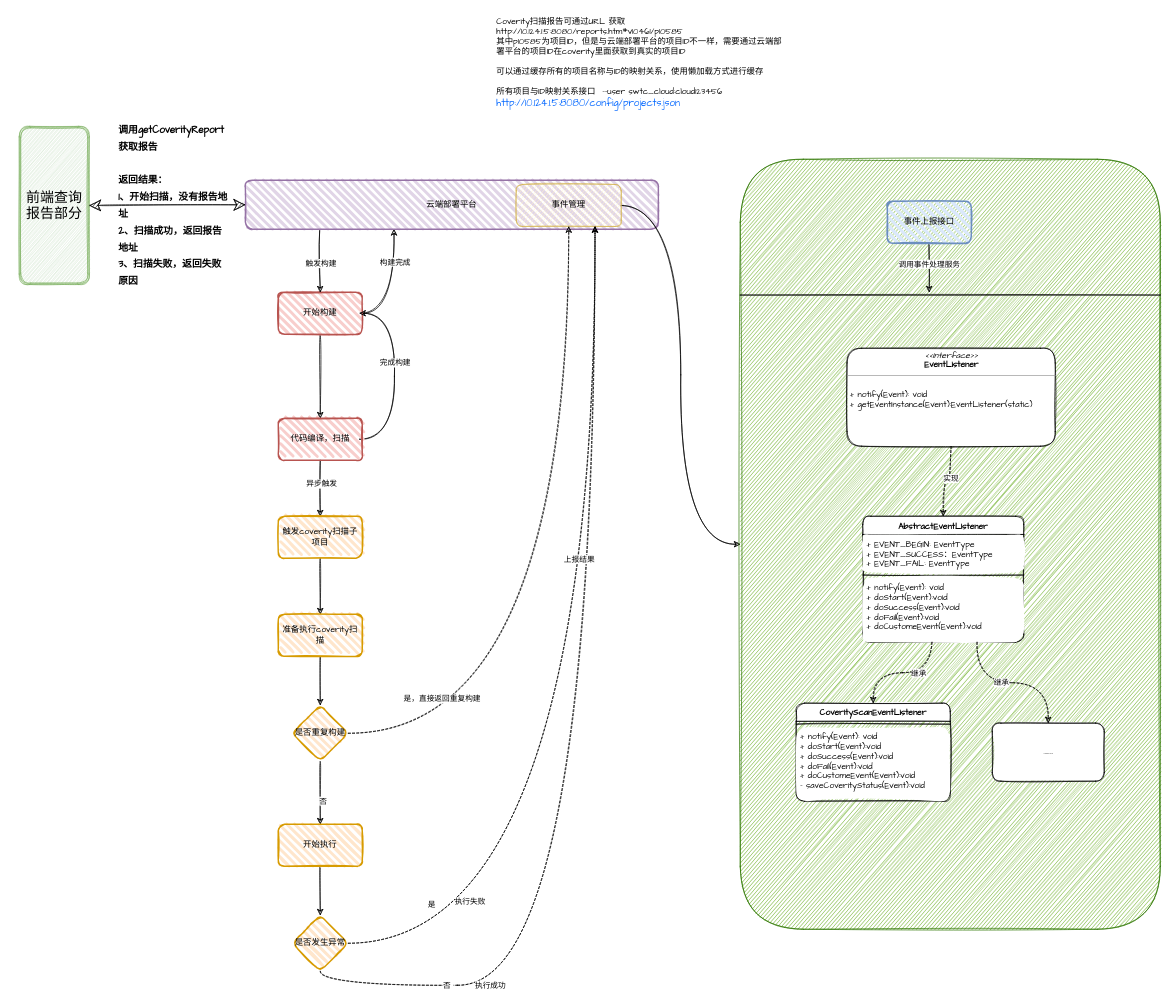
Above: 展示corvity报告.drawio in jenkinZhou/online-face (draw.io), before the change. Source tidied: cells renumbered, new cells numbered last; positions are measured from the earlier drawing's top-left corner, leaving out a move shared by most shapes. Both pictures are drawn from the tidied source at 70%, with x=0, y=0 at pixel (19, 12).
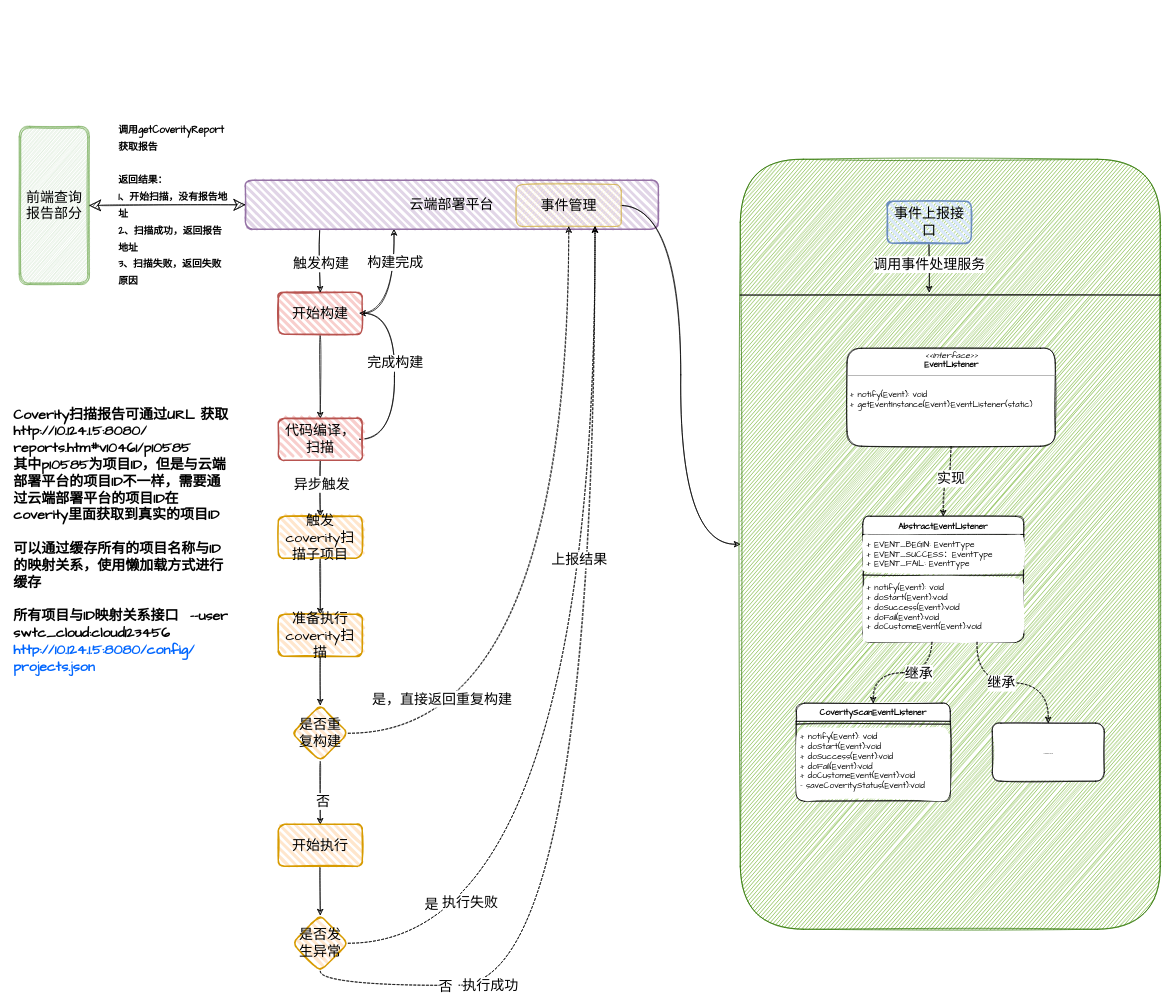
After the change.

Commit message (it also covers changes not shown here):
更新展示corvity报告.drawio

Unchanged cells that the change refers to:
```xml
<mxCell id="28" style="edgeStyle=orthogonalEdgeStyle;rounded=1;jettySize=auto;html=1;exitX=1;exitY=0.5;exitDx=0;exitDy=0;entryX=0.75;entryY=1;entryDx=0;entryDy=0;dashed=1;fontFamily=Comic Sans MS;sketch=1;curved=1;" parent="1" edge="1" source="35" target="18">
  <mxGeometry relative="1" as="geometry" />
</mxCell>
<mxCell id="31" style="edgeStyle=orthogonalEdgeStyle;rounded=1;jettySize=auto;html=1;exitX=0.5;exitY=1;exitDx=0;exitDy=0;entryX=0.75;entryY=1;entryDx=0;entryDy=0;dashed=1;fontFamily=Comic Sans MS;sketch=1;curved=1;" parent="1" edge="1" source="35" target="18">
  <mxGeometry relative="1" as="geometry" />
</mxCell>
<mxCell id="37" style="edgeStyle=orthogonalEdgeStyle;rounded=1;jettySize=auto;html=1;exitX=0.5;exitY=1;exitDx=0;exitDy=0;entryX=0.45;entryY=0;entryDx=0;entryDy=0;entryPerimeter=0;fontFamily=Comic Sans MS;sketch=1;curved=1;" parent="1" edge="1" source="39" target="55">
  <mxGeometry relative="1" as="geometry" />
</mxCell>
<mxCell id="44" style="edgeStyle=orthogonalEdgeStyle;rounded=1;jettySize=auto;html=1;exitX=0.5;exitY=1;exitDx=0;exitDy=0;entryX=0.5;entryY=0;entryDx=0;entryDy=0;dashed=1;fontFamily=Comic Sans MS;sketch=1;curved=1;" parent="1" edge="1" source="46" target="40">
  <mxGeometry relative="1" as="geometry" />
</mxCell>
<mxCell id="50" style="edgeStyle=orthogonalEdgeStyle;rounded=1;jettySize=auto;html=1;exitX=0.43;exitY=1;exitDx=0;exitDy=0;exitPerimeter=0;entryX=0.5;entryY=0;entryDx=0;entryDy=0;dashed=1;fontFamily=Comic Sans MS;sketch=1;curved=1;" parent="1" edge="1" source="43" target="47">
  <mxGeometry relative="1" as="geometry" />
</mxCell>
<mxCell id="53" style="edgeStyle=orthogonalEdgeStyle;rounded=1;jettySize=auto;html=1;exitX=0.71;exitY=1;exitDx=0;exitDy=0;exitPerimeter=0;entryX=0.5;entryY=0;entryDx=0;entryDy=0;dashed=1;fontFamily=Comic Sans MS;sketch=1;curved=1;" parent="1" edge="1" source="43" target="52">
  <mxGeometry relative="1" as="geometry" />
</mxCell>
```

What changed in the source:
```diff
@@
-    <mxCell id="2" value="Coverity扫描报告可通过URL 获取&lt;br&gt;http://10.124.1.5:8080/reports.htm#v10461/p10585&lt;br&gt;其中p10585为项目ID，但是与云端部署平台的项目ID不一样，需要通过云端部署平台的项目ID在coverity里面获取到真实的项目ID&lt;br&gt;&lt;br&gt;可以通过缓存所有的项目名称与ID的映射关系，使用懒加载方式进行缓存&lt;br&gt;&lt;br&gt;所有项目与ID映射关系接口&amp;nbsp;&amp;nbsp;--user swtc_cloud:cloud123456&lt;br&gt;&lt;a style=&quot;margin: 0px; padding: 0px; box-sizing: border-box; background-color: rgb(255, 255, 255); font-size: 14px; color: rgb(0, 102, 255);&quot; target=&quot;_blank&quot;&gt;http://10.124.1.5:8080/config/projects.json&lt;br&gt;&lt;br&gt;&lt;/a&gt;" style="text;html=1;strokeColor=none;fillColor=none;align=left;verticalAlign=top;whiteSpace=wrap;rounded=1;fontFamily=Comic Sans MS;sketch=1;" parent="1" vertex="1">
-      <mxGeometry x="680" width="410" height="160" as="geometry" />
+    <mxCell id="2" value="Coverity扫描报告可通过URL 获取&lt;br style=&quot;font-size: 20px;&quot;&gt;http://10.124.1.5:8080/&lt;br style=&quot;font-size: 20px;&quot;&gt;reports.htm#v10461/p10585&lt;br style=&quot;font-size: 20px;&quot;&gt;其中p10585为项目ID，但是与云端部署平台的项目ID不一样，需要通过云端部署平台的项目ID在coverity里面获取到真实的项目ID&lt;br style=&quot;font-size: 20px;&quot;&gt;&lt;br style=&quot;font-size: 20px;&quot;&gt;可以通过缓存所有的项目名称与ID的映射关系，使用懒加载方式进行缓存&lt;br style=&quot;font-size: 20px;&quot;&gt;&lt;br style=&quot;font-size: 20px;&quot;&gt;所有项目与ID映射关系接口&amp;nbsp;&amp;nbsp;--user swtc_cloud:cloud123456&lt;br style=&quot;font-size: 20px;&quot;&gt;&lt;a style=&quot;margin: 0px; padding: 0px; box-sizing: border-box; background-color: rgb(255, 255, 255); font-size: 20px; color: rgb(0, 102, 255);&quot; target=&quot;_blank&quot;&gt;http://10.124.1.5:8080/config/&lt;br style=&quot;font-size: 20px;&quot;&gt;projects.json&lt;br style=&quot;font-size: 20px;&quot;&gt;&lt;br style=&quot;font-size: 20px;&quot;&gt;&lt;/a&gt;" style="text;html=1;strokeColor=none;fillColor=none;align=left;verticalAlign=middle;rounded=1;fontFamily=Comic Sans MS;sketch=1;fontSize=20;whiteSpace=wrap;fontStyle=1;" parent="1" vertex="1">
+      <mxGeometry x="-10" y="515.5" width="310" height="500" as="geometry" />
     </mxCell>
-    <mxCell id="3" style="edgeStyle=orthogonalEdgeStyle;rounded=1;jettySize=auto;html=1;fontFamily=Comic Sans MS;sketch=1;curved=1;" parent="1" edge="1" source="6" target="11">
+    <mxCell id="3" style="edgeStyle=orthogonalEdgeStyle;rounded=1;jettySize=auto;html=1;fontFamily=Comic Sans MS;sketch=1;curved=1;fontSize=20;" parent="1" edge="1" source="6" target="11">
       <mxGeometry relative="1" as="geometry" />
     </mxCell>
-    <mxCell id="4" style="edgeStyle=orthogonalEdgeStyle;rounded=1;jettySize=auto;html=1;exitX=1;exitY=0.5;exitDx=0;exitDy=0;entryX=0.36;entryY=1;entryDx=0;entryDy=0;entryPerimeter=0;fontFamily=Comic Sans MS;sketch=1;curved=1;" parent="1" edge="1" source="6" target="16">
+    <mxCell id="4" style="edgeStyle=orthogonalEdgeStyle;rounded=1;jettySize=auto;html=1;exitX=1;exitY=0.5;exitDx=0;exitDy=0;entryX=0.36;entryY=1;entryDx=0;entryDy=0;entryPerimeter=0;fontFamily=Comic Sans MS;sketch=1;curved=1;fontSize=20;" parent="1" edge="1" source="6" target="16">
       <mxGeometry relative="1" as="geometry" />
     </mxCell>
-    <mxCell id="5" value="构建完成" style="edgeLabel;html=1;align=center;verticalAlign=middle;fontFamily=Comic Sans MS;rounded=1;sketch=1;" parent="4" vertex="1">
+    <mxCell id="5" value="构建完成" style="edgeLabel;html=1;align=center;verticalAlign=middle;fontFamily=Comic Sans MS;rounded=1;sketch=1;fontSize=20;" parent="4" vertex="1">
       <mxGeometry x="0.44" y="-1" relative="1" as="geometry" />
     </mxCell>
-    <mxCell id="6" value="开始构建" style="rounded=1;whiteSpace=wrap;html=1;strokeWidth=2;fillWeight=4;hachureGap=8;hachureAngle=45;fillColor=#f8cecc;sketch=1;strokeColor=#b85450;fontFamily=Comic Sans MS;" parent="1" vertex="1">
+    <mxCell id="6" value="开始构建" style="rounded=1;whiteSpace=wrap;html=1;strokeWidth=2;fillWeight=4;hachureGap=8;hachureAngle=45;fillColor=#f8cecc;sketch=1;strokeColor=#b85450;fontFamily=Comic Sans MS;fontSize=20;" parent="1" vertex="1">
       <mxGeometry x="370" y="400" width="120" height="60" as="geometry" />
     </mxCell>
-    <mxCell id="7" style="edgeStyle=orthogonalEdgeStyle;rounded=1;jettySize=auto;html=1;fontFamily=Comic Sans MS;sketch=1;curved=1;" parent="1" edge="1" source="11" target="13">
+    <mxCell id="7" style="edgeStyle=orthogonalEdgeStyle;rounded=1;jettySize=auto;html=1;fontFamily=Comic Sans MS;sketch=1;curved=1;fontSize=20;" parent="1" edge="1" source="11" target="13">
       <mxGeometry relative="1" as="geometry">
         <Array as="points">
           <mxPoint x="430" y="670" />
           <mxPoint x="430" y="670" />
         </Array>
       </mxGeometry>
     </mxCell>
-    <mxCell id="8" value="异步触发" style="edgeLabel;html=1;align=center;verticalAlign=middle;fontFamily=Comic Sans MS;rounded=1;sketch=1;" parent="7" vertex="1">
+    <mxCell id="8" value="异步触发" style="edgeLabel;html=1;align=center;verticalAlign=middle;fontFamily=Comic Sans MS;rounded=1;sketch=1;fontSize=20;" parent="7" vertex="1">
       <mxGeometry x="-0.18" y="1" relative="1" as="geometry" />
     </mxCell>
-    <mxCell id="9" style="edgeStyle=orthogonalEdgeStyle;rounded=1;orthogonalLoop=1;jettySize=auto;html=1;exitX=1;exitY=0.5;exitDx=0;exitDy=0;entryX=1;entryY=0.5;entryDx=0;entryDy=0;fontFamily=Comic Sans MS;sketch=1;curved=1;" parent="1" edge="1">
+    <mxCell id="9" style="edgeStyle=orthogonalEdgeStyle;rounded=1;orthogonalLoop=1;jettySize=auto;html=1;exitX=1;exitY=0.5;exitDx=0;exitDy=0;entryX=1;entryY=0.5;entryDx=0;entryDy=0;fontFamily=Comic Sans MS;sketch=1;curved=1;fontSize=20;" parent="1" edge="1">
       <mxGeometry relative="1" as="geometry">
         <mxPoint x="486" y="610" as="sourcePoint" />
         <mxPoint x="486" y="430" as="targetPoint" />
         <Array as="points">
           <mxPoint x="536" y="610" />
           <mxPoint x="536" y="430" />
         </Array>
       </mxGeometry>
     </mxCell>
-    <mxCell id="10" value="完成构建" style="edgeLabel;html=1;align=center;verticalAlign=middle;fontFamily=Comic Sans MS;rounded=1;sketch=1;" parent="9" vertex="1">
+    <mxCell id="10" value="完成构建" style="edgeLabel;html=1;align=center;verticalAlign=middle;fontFamily=Comic Sans MS;rounded=1;sketch=1;fontSize=20;" parent="9" vertex="1">
       <mxGeometry x="0.14" relative="1" as="geometry" />
     </mxCell>
-    <mxCell id="11" value="代码编译，扫描" style="rounded=1;whiteSpace=wrap;html=1;strokeWidth=2;fillWeight=4;hachureGap=8;hachureAngle=45;fillColor=#f8cecc;sketch=1;strokeColor=#b85450;fontFamily=Comic Sans MS;" parent="1" vertex="1">
+    <mxCell id="11" value="代码编译，扫描" style="rounded=1;whiteSpace=wrap;html=1;strokeWidth=2;fillWeight=4;hachureGap=8;hachureAngle=45;fillColor=#f8cecc;sketch=1;strokeColor=#b85450;fontFamily=Comic Sans MS;fontSize=20;" parent="1" vertex="1">
       <mxGeometry x="370" y="580" width="120" height="60" as="geometry" />
     </mxCell>
-    <mxCell id="12" style="edgeStyle=orthogonalEdgeStyle;rounded=1;jettySize=auto;html=1;fontFamily=Comic Sans MS;sketch=1;curved=1;" parent="1" edge="1" source="13" target="20">
+    <mxCell id="12" style="edgeStyle=orthogonalEdgeStyle;rounded=1;jettySize=auto;html=1;fontFamily=Comic Sans MS;sketch=1;curved=1;fontSize=20;" parent="1" edge="1" source="13" target="20">
       <mxGeometry relative="1" as="geometry" />
     </mxCell>
-    <mxCell id="13" value="触发coverity扫描子项目" style="whiteSpace=wrap;html=1;fillColor=#ffe6cc;strokeColor=#d79b00;rounded=1;strokeWidth=2;fillWeight=4;hachureGap=8;hachureAngle=45;sketch=1;fontFamily=Comic Sans MS;" parent="1" vertex="1">
+    <mxCell id="13" value="触发coverity扫描子项目" style="whiteSpace=wrap;html=1;fillColor=#ffe6cc;strokeColor=#d79b00;rounded=1;strokeWidth=2;fillWeight=4;hachureGap=8;hachureAngle=45;sketch=1;fontFamily=Comic Sans MS;fontSize=20;" parent="1" vertex="1">
       <mxGeometry x="370" y="720" width="120" height="60" as="geometry" />
     </mxCell>
-    <mxCell id="14" style="edgeStyle=orthogonalEdgeStyle;rounded=1;jettySize=auto;html=1;exitX=0.18;exitY=1;exitDx=0;exitDy=0;exitPerimeter=0;entryX=0.5;entryY=0;entryDx=0;entryDy=0;fontFamily=Comic Sans MS;sketch=1;curved=1;" parent="1" edge="1" source="16" target="6">
+    <mxCell id="14" style="edgeStyle=orthogonalEdgeStyle;rounded=1;jettySize=auto;html=1;exitX=0.18;exitY=1;exitDx=0;exitDy=0;exitPerimeter=0;entryX=0.5;entryY=0;entryDx=0;entryDy=0;fontFamily=Comic Sans MS;sketch=1;curved=1;fontSize=20;" parent="1" edge="1" source="16" target="6">
       <mxGeometry relative="1" as="geometry" />
     </mxCell>
-    <mxCell id="15" value="触发构建" style="edgeLabel;html=1;align=center;verticalAlign=middle;fontFamily=Comic Sans MS;rounded=1;sketch=1;" parent="14" vertex="1">
+    <mxCell id="15" value="触发构建" style="edgeLabel;html=1;align=center;verticalAlign=middle;fontFamily=Comic Sans MS;rounded=1;sketch=1;fontSize=20;" parent="14" vertex="1">
       <mxGeometry x="0.09" relative="1" as="geometry" />
     </mxCell>
-    <mxCell id="16" value="云端部署平台" style="rounded=1;whiteSpace=wrap;html=1;strokeWidth=2;fillWeight=4;hachureGap=8;hachureAngle=45;fillColor=#e1d5e7;sketch=1;strokeColor=#9673a6;points=[[0,0,0,0,0],[0,0.26,0,0,0],[0,0.5,0,0,0],[0,0.74,0,0,0],[0,1,0,0,0],[0.09,1,0,0,0],[0.18,1,0,0,0],[0.25,0,0,0,0],[0.25,1,0,0,0],[0.27,1,0,0,0],[0.36,1,0,0,0],[0.45,1,0,0,0],[0.5,0,0,0,0],[0.5,1,0,0,0],[0.55,1,0,0,0],[0.64,1,0,0,0],[0.73,1,0,0,0],[0.75,0,0,0,0],[0.75,1,0,0,0],[0.82,1,0,0,0],[0.91,1,0,0,0],[1,0,0,0,0],[1,0.26,0,0,0],[1,0.5,0,0,0],[1,0.76,0,0,0],[1,1,0,0,0]];fontFamily=Comic Sans MS;" parent="1" vertex="1">
+    <mxCell id="16" value="云端部署平台" style="rounded=1;whiteSpace=wrap;html=1;strokeWidth=2;fillWeight=4;hachureGap=8;hachureAngle=45;fillColor=#e1d5e7;sketch=1;strokeColor=#9673a6;points=[[0,0,0,0,0],[0,0.26,0,0,0],[0,0.5,0,0,0],[0,0.74,0,0,0],[0,1,0,0,0],[0.09,1,0,0,0],[0.18,1,0,0,0],[0.25,0,0,0,0],[0.25,1,0,0,0],[0.27,1,0,0,0],[0.36,1,0,0,0],[0.45,1,0,0,0],[0.5,0,0,0,0],[0.5,1,0,0,0],[0.55,1,0,0,0],[0.64,1,0,0,0],[0.73,1,0,0,0],[0.75,0,0,0,0],[0.75,1,0,0,0],[0.82,1,0,0,0],[0.91,1,0,0,0],[1,0,0,0,0],[1,0.26,0,0,0],[1,0.5,0,0,0],[1,0.76,0,0,0],[1,1,0,0,0]];fontFamily=Comic Sans MS;fontSize=20;" parent="1" vertex="1">
       <mxGeometry x="323" y="240" width="590" height="70" as="geometry" />
     </mxCell>
@@
-    <mxCell id="18" value="事件管理" style="rounded=1;whiteSpace=wrap;html=1;fillColor=#fff2cc;strokeColor=#d6b656;fontFamily=Comic Sans MS;sketch=1;" parent="1" vertex="1">
+    <mxCell id="18" value="事件管理" style="rounded=1;whiteSpace=wrap;html=1;fillColor=#fff2cc;strokeColor=#d6b656;fontFamily=Comic Sans MS;sketch=1;fontSize=20;" parent="1" vertex="1">
       <mxGeometry x="710" y="246" width="150" height="60" as="geometry" />
     </mxCell>
-    <mxCell id="19" style="edgeStyle=orthogonalEdgeStyle;rounded=1;jettySize=auto;html=1;fontFamily=Comic Sans MS;sketch=1;curved=1;" parent="1" edge="1" source="20" target="25">
+    <mxCell id="19" style="edgeStyle=orthogonalEdgeStyle;rounded=1;jettySize=auto;html=1;fontFamily=Comic Sans MS;sketch=1;curved=1;fontSize=20;" parent="1" edge="1" source="20" target="25">
       <mxGeometry relative="1" as="geometry" />
     </mxCell>
-    <mxCell id="20" value="准备执行coverity扫描" style="whiteSpace=wrap;html=1;fillColor=#ffe6cc;strokeColor=#d79b00;rounded=1;strokeWidth=2;fillWeight=4;hachureGap=8;hachureAngle=45;sketch=1;fontFamily=Comic Sans MS;" parent="1" vertex="1">
+    <mxCell id="20" value="准备执行coverity扫描" style="whiteSpace=wrap;html=1;fillColor=#ffe6cc;strokeColor=#d79b00;rounded=1;strokeWidth=2;fillWeight=4;hachureGap=8;hachureAngle=45;sketch=1;fontFamily=Comic Sans MS;fontSize=20;" parent="1" vertex="1">
       <mxGeometry x="370" y="860" width="120" height="60" as="geometry" />
     </mxCell>
-    <mxCell id="21" style="edgeStyle=orthogonalEdgeStyle;rounded=1;jettySize=auto;html=1;fontFamily=Comic Sans MS;sketch=1;curved=1;" parent="1" edge="1" source="25" target="27">
+    <mxCell id="21" style="edgeStyle=orthogonalEdgeStyle;rounded=1;jettySize=auto;html=1;fontFamily=Comic Sans MS;sketch=1;curved=1;fontSize=20;" parent="1" edge="1" source="25" target="27">
       <mxGeometry relative="1" as="geometry" />
     </mxCell>
-    <mxCell id="22" value="否" style="edgeLabel;html=1;align=center;verticalAlign=middle;fontFamily=Comic Sans MS;rounded=1;sketch=1;" parent="21" vertex="1">
+    <mxCell id="22" value="否" style="edgeLabel;html=1;align=center;verticalAlign=middle;fontFamily=Comic Sans MS;rounded=1;sketch=1;fontSize=20;" parent="21" vertex="1">
       <mxGeometry x="0.25" y="3" relative="1" as="geometry" />
     </mxCell>
-    <mxCell id="23" style="edgeStyle=orthogonalEdgeStyle;rounded=1;jettySize=auto;html=1;exitX=1;exitY=0.5;exitDx=0;exitDy=0;dashed=1;fontFamily=Comic Sans MS;sketch=1;curved=1;" parent="1" edge="1" source="25" target="18">
+    <mxCell id="23" style="edgeStyle=orthogonalEdgeStyle;rounded=1;jettySize=auto;html=1;exitX=1;exitY=0.5;exitDx=0;exitDy=0;dashed=1;fontFamily=Comic Sans MS;sketch=1;curved=1;fontSize=20;" parent="1" edge="1" source="25" target="18">
       <mxGeometry relative="1" as="geometry" />
     </mxCell>
-    <mxCell id="24" value="是，直接返回重复构建" style="edgeLabel;html=1;align=center;verticalAlign=middle;fontFamily=Comic Sans MS;rounded=1;sketch=1;" parent="23" vertex="1">
+    <mxCell id="24" value="是，直接返回重复构建" style="edgeLabel;html=1;align=center;verticalAlign=middle;fontFamily=Comic Sans MS;rounded=1;sketch=1;fontSize=20;" parent="23" vertex="1">
       <mxGeometry x="-0.74" y="4" relative="1" as="geometry">
         <mxPoint x="-2" y="-46" as="offset" />
       </mxGeometry>
     </mxCell>
-    <mxCell id="25" value="是否重复构建" style="rhombus;whiteSpace=wrap;html=1;fillColor=#ffe6cc;strokeColor=#d79b00;rounded=1;strokeWidth=2;fillWeight=4;hachureGap=8;hachureAngle=45;sketch=1;fontFamily=Comic Sans MS;" parent="1" vertex="1">
+    <mxCell id="25" value="是否重复构建" style="rhombus;whiteSpace=wrap;html=1;fillColor=#ffe6cc;strokeColor=#d79b00;rounded=1;strokeWidth=2;fillWeight=4;hachureGap=8;hachureAngle=45;sketch=1;fontFamily=Comic Sans MS;fontSize=20;" parent="1" vertex="1">
       <mxGeometry x="390" y="990" width="80" height="80" as="geometry" />
     </mxCell>
-    <mxCell id="26" style="edgeStyle=orthogonalEdgeStyle;rounded=1;jettySize=auto;html=1;fontFamily=Comic Sans MS;sketch=1;curved=1;" parent="1" edge="1" source="27" target="35">
+    <mxCell id="26" style="edgeStyle=orthogonalEdgeStyle;rounded=1;jettySize=auto;html=1;fontFamily=Comic Sans MS;sketch=1;curved=1;fontSize=20;" parent="1" edge="1" source="27" target="35">
       <mxGeometry relative="1" as="geometry" />
     </mxCell>
-    <mxCell id="27" value="开始执行" style="whiteSpace=wrap;html=1;fillColor=#ffe6cc;strokeColor=#d79b00;rounded=1;strokeWidth=2;fillWeight=4;hachureGap=8;hachureAngle=45;sketch=1;fontFamily=Comic Sans MS;" parent="1" vertex="1">
+    <mxCell id="27" value="开始执行" style="whiteSpace=wrap;html=1;fillColor=#ffe6cc;strokeColor=#d79b00;rounded=1;strokeWidth=2;fillWeight=4;hachureGap=8;hachureAngle=45;sketch=1;fontFamily=Comic Sans MS;fontSize=20;" parent="1" vertex="1">
       <mxGeometry x="370" y="1160" width="120" height="60" as="geometry" />
     </mxCell>
@@
-    <mxCell id="29" value="是" style="edgeLabel;html=1;align=center;verticalAlign=middle;fontFamily=Comic Sans MS;rounded=1;sketch=1;" parent="28" vertex="1">
+    <mxCell id="29" value="是" style="edgeLabel;html=1;align=center;verticalAlign=middle;fontFamily=Comic Sans MS;rounded=1;sketch=1;fontSize=20;" parent="28" vertex="1">
       <mxGeometry x="-0.8" y="1" relative="1" as="geometry">
         <mxPoint x="-20" y="-56" as="offset" />
       </mxGeometry>
     </mxCell>
-    <mxCell id="30" value="执行失败" style="edgeLabel;html=1;align=center;verticalAlign=middle;fontFamily=Comic Sans MS;rounded=1;sketch=1;" parent="28" vertex="1">
+    <mxCell id="30" value="执行失败" style="edgeLabel;html=1;align=center;verticalAlign=middle;fontFamily=Comic Sans MS;rounded=1;sketch=1;fontSize=20;" parent="28" vertex="1">
       <mxGeometry x="-0.72" y="4" relative="1" as="geometry">
         <mxPoint x="-20" y="-56" as="offset" />
       </mxGeometry>
     </mxCell>
@@
-    <mxCell id="32" value="否&amp;nbsp;" style="edgeLabel;html=1;align=center;verticalAlign=middle;fontFamily=Comic Sans MS;rounded=1;sketch=1;" parent="31" vertex="1">
+    <mxCell id="32" value="否&amp;nbsp;" style="edgeLabel;html=1;align=center;verticalAlign=middle;fontFamily=Comic Sans MS;rounded=1;sketch=1;fontSize=20;" parent="31" vertex="1">
       <mxGeometry x="-0.73" relative="1" as="geometry" />
     </mxCell>
-    <mxCell id="33" value="上报结果" style="edgeLabel;html=1;align=center;verticalAlign=middle;fontFamily=Comic Sans MS;rounded=1;sketch=1;" parent="31" vertex="1">
+    <mxCell id="33" value="上报结果" style="edgeLabel;html=1;align=center;verticalAlign=middle;fontFamily=Comic Sans MS;rounded=1;sketch=1;fontSize=20;" parent="31" vertex="1">
       <mxGeometry x="-0.03" relative="1" as="geometry">
         <mxPoint x="-23" y="-295" as="offset" />
       </mxGeometry>
     </mxCell>
-    <mxCell id="34" value="执行成功" style="edgeLabel;html=1;align=center;verticalAlign=middle;fontFamily=Comic Sans MS;rounded=1;sketch=1;" parent="31" vertex="1">
+    <mxCell id="34" value="执行成功" style="edgeLabel;html=1;align=center;verticalAlign=middle;fontFamily=Comic Sans MS;rounded=1;sketch=1;fontSize=20;" parent="31" vertex="1">
       <mxGeometry x="-0.65" y="1" relative="1" as="geometry" />
     </mxCell>
-    <mxCell id="35" value="是否发生异常" style="rhombus;whiteSpace=wrap;html=1;fillColor=#ffe6cc;strokeColor=#d79b00;rounded=1;strokeWidth=2;fillWeight=4;hachureGap=8;hachureAngle=45;sketch=1;fontFamily=Comic Sans MS;" parent="1" vertex="1">
+    <mxCell id="35" value="是否发生异常" style="rhombus;whiteSpace=wrap;html=1;fillColor=#ffe6cc;strokeColor=#d79b00;rounded=1;strokeWidth=2;fillWeight=4;hachureGap=8;hachureAngle=45;sketch=1;fontFamily=Comic Sans MS;fontSize=20;" parent="1" vertex="1">
       <mxGeometry x="390" y="1290" width="80" height="80" as="geometry" />
     </mxCell>
@@
-    <mxCell id="38" value="调用事件处理服务" style="edgeLabel;html=1;align=center;verticalAlign=middle;fontFamily=Comic Sans MS;rounded=1;sketch=1;" parent="37" vertex="1">
+    <mxCell id="38" value="调用事件处理服务" style="edgeLabel;html=1;align=center;verticalAlign=middle;fontFamily=Comic Sans MS;rounded=1;sketch=1;fontSize=20;" parent="37" vertex="1">
       <mxGeometry x="-0.16" y="-1" relative="1" as="geometry" />
     </mxCell>
-    <mxCell id="39" value="事件上报接口" style="rounded=1;whiteSpace=wrap;html=1;strokeWidth=2;fillWeight=4;hachureGap=8;hachureAngle=45;fillColor=#dae8fc;sketch=1;strokeColor=#6c8ebf;fontFamily=Comic Sans MS;" parent="1" vertex="1">
+    <mxCell id="39" value="事件上报接口" style="rounded=1;whiteSpace=wrap;html=1;strokeWidth=2;fillWeight=4;hachureGap=8;hachureAngle=45;fillColor=#dae8fc;sketch=1;strokeColor=#6c8ebf;fontFamily=Comic Sans MS;fontSize=20;" parent="1" vertex="1">
       <mxGeometry x="1240" y="270" width="120" height="60" as="geometry" />
     </mxCell>
@@
-    <mxCell id="45" value="实现" style="edgeLabel;html=1;align=center;verticalAlign=middle;fontFamily=Comic Sans MS;rounded=1;sketch=1;" parent="44" vertex="1">
+    <mxCell id="45" value="实现" style="edgeLabel;html=1;align=center;verticalAlign=middle;fontFamily=Comic Sans MS;rounded=1;sketch=1;fontSize=20;" parent="44" vertex="1">
       <mxGeometry x="-0.19" y="-1" relative="1" as="geometry" />
     </mxCell>
@@
-    <mxCell id="51" value="继承" style="edgeLabel;html=1;align=center;verticalAlign=middle;fontFamily=Comic Sans MS;rounded=1;sketch=1;" parent="50" vertex="1">
+    <mxCell id="51" value="继承" style="edgeLabel;html=1;align=center;verticalAlign=middle;fontFamily=Comic Sans MS;rounded=1;sketch=1;fontSize=20;" parent="50" vertex="1">
       <mxGeometry x="-0.26" relative="1" as="geometry" />
     </mxCell>
@@
-    <mxCell id="54" value="继承" style="edgeLabel;html=1;align=center;verticalAlign=middle;fontFamily=Comic Sans MS;rounded=1;sketch=1;" parent="53" vertex="1">
+    <mxCell id="54" value="继承" style="edgeLabel;html=1;align=center;verticalAlign=middle;fontFamily=Comic Sans MS;rounded=1;sketch=1;fontSize=20;" parent="53" vertex="1">
       <mxGeometry x="-0.15" relative="1" as="geometry" />
     </mxCell>
```
